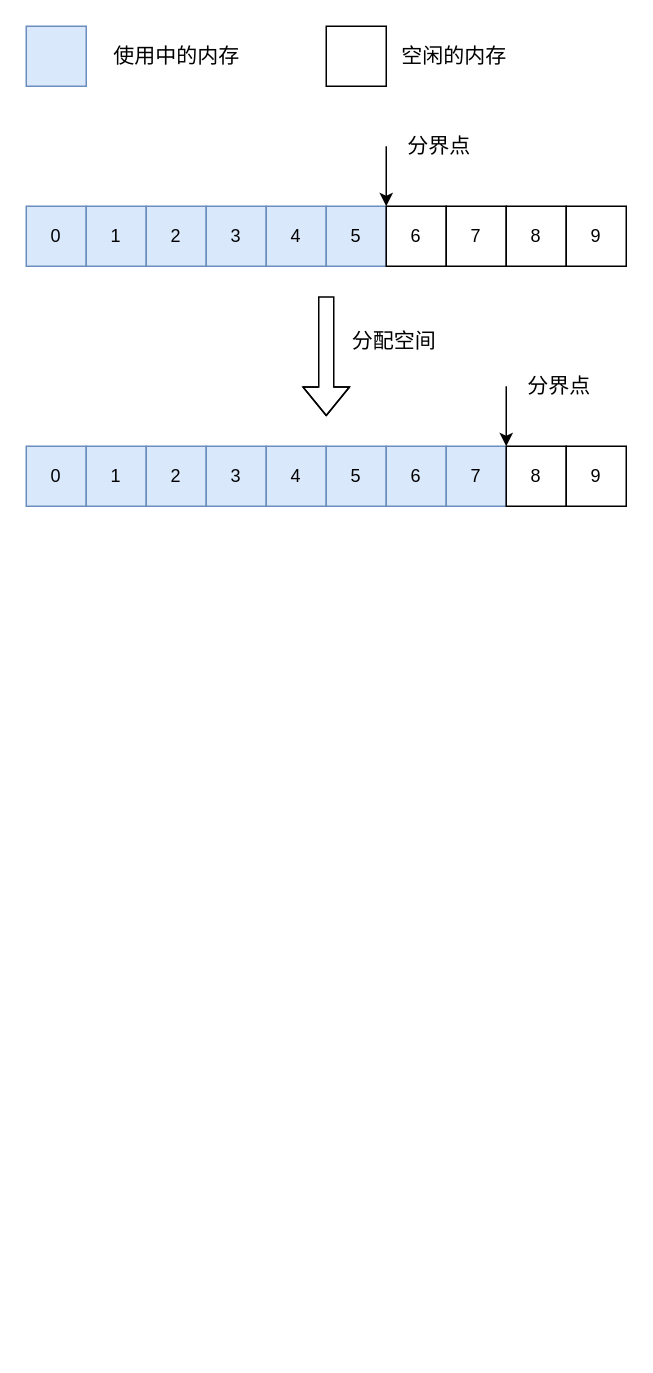
This is 漫谈 对象创建的过程/漫谈 对象创建的过程.drawio from zero-97/picture-of-the-article, a draw.io file, before an edit. Source tidied: cells renumbered, new cells numbered last; positions are measured from the earlier drawing's top-left corner, leaving out a move shared by most shapes. Both pictures are drawn from the tidied source at 150%, with x=0, y=0 at pixel (26, 26).
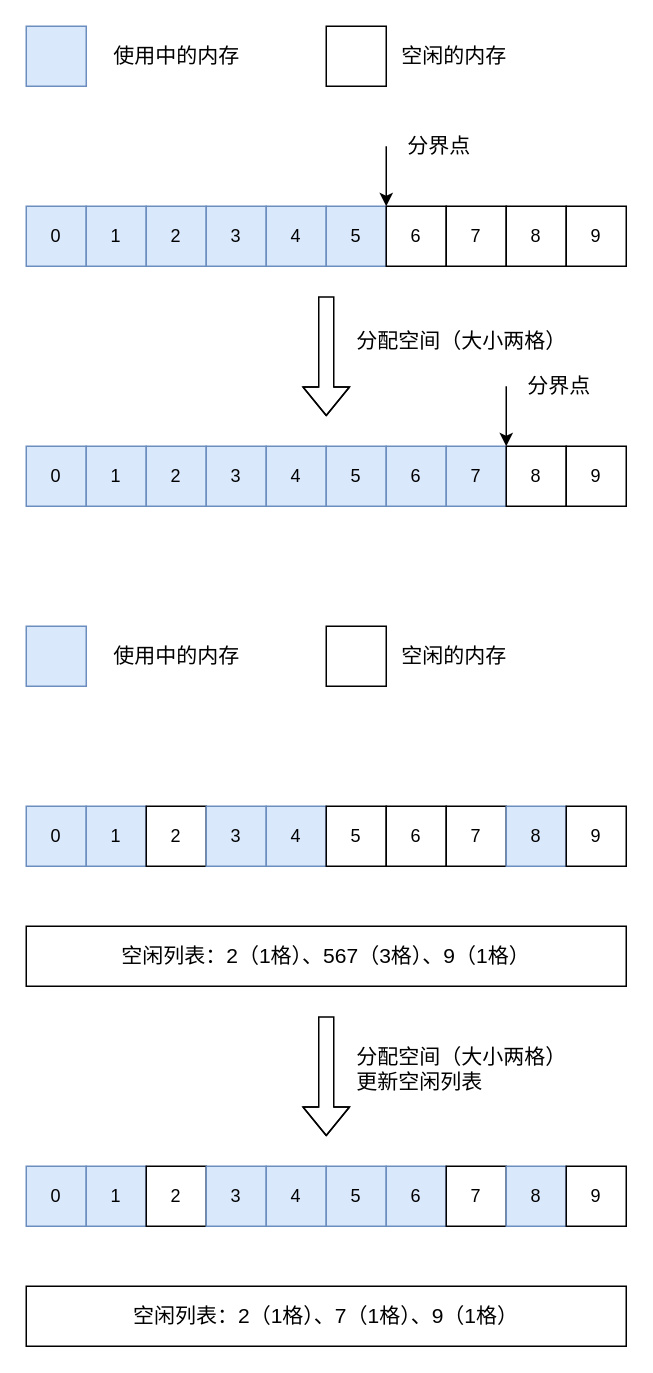
The same diagram, later.

Commit message (it also covers changes not shown here):
Update 漫谈 对象创建的过程.drawio

Change to the diagram source:
```diff
@@
-    <mxCell id="17" value="&lt;span style=&quot;font-size: 14px&quot;&gt;分配空间&lt;/span&gt;" style="text;html=1;align=center;verticalAlign=middle;strokeColor=none;fillColor=none;" parent="1" vertex="1">
-      <mxGeometry x="210" y="200" width="70" height="20" as="geometry" />
+    <mxCell id="17" value="&lt;span style=&quot;font-size: 14px&quot;&gt;分配空间（大小两格）&lt;/span&gt;" style="text;html=1;align=center;verticalAlign=middle;strokeColor=none;fillColor=none;" parent="1" vertex="1">
+      <mxGeometry x="210" y="200" width="160" height="20" as="geometry" />
     </mxCell>
@@
+    <mxCell id="32" value="0" style="whiteSpace=wrap;html=1;fillColor=#dae8fc;strokeColor=#6c8ebf;" parent="1" vertex="1">
+      <mxGeometry y="520" width="40" height="40" as="geometry" />
+    </mxCell>
+    <mxCell id="33" value="1" style="whiteSpace=wrap;html=1;fillColor=#dae8fc;strokeColor=#6c8ebf;" parent="1" vertex="1">
+      <mxGeometry x="40" y="520" width="40" height="40" as="geometry" />
+    </mxCell>
+    <mxCell id="34" value="2" style="whiteSpace=wrap;html=1;" parent="1" vertex="1">
+      <mxGeometry x="80" y="520" width="40" height="40" as="geometry" />
+    </mxCell>
+    <mxCell id="35" value="3" style="whiteSpace=wrap;html=1;fillColor=#dae8fc;strokeColor=#6c8ebf;" parent="1" vertex="1">
+      <mxGeometry x="120" y="520" width="40" height="40" as="geometry" />
+    </mxCell>
+    <mxCell id="36" value="4" style="whiteSpace=wrap;html=1;fillColor=#dae8fc;strokeColor=#6c8ebf;" parent="1" vertex="1">
+      <mxGeometry x="160" y="520" width="40" height="40" as="geometry" />
+    </mxCell>
+    <mxCell id="37" value="5" style="whiteSpace=wrap;html=1;" parent="1" vertex="1">
+      <mxGeometry x="200" y="520" width="40" height="40" as="geometry" />
+    </mxCell>
+    <mxCell id="38" value="6" style="whiteSpace=wrap;html=1;" parent="1" vertex="1">
+      <mxGeometry x="240" y="520" width="40" height="40" as="geometry" />
+    </mxCell>
+    <mxCell id="39" value="7" style="whiteSpace=wrap;html=1;" parent="1" vertex="1">
+      <mxGeometry x="280" y="520" width="40" height="40" as="geometry" />
+    </mxCell>
+    <mxCell id="40" value="8" style="whiteSpace=wrap;html=1;fillColor=#dae8fc;strokeColor=#6c8ebf;" parent="1" vertex="1">
+      <mxGeometry x="320" y="520" width="40" height="40" as="geometry" />
+    </mxCell>
+    <mxCell id="41" value="9" style="whiteSpace=wrap;html=1;" parent="1" vertex="1">
+      <mxGeometry x="360" y="520" width="40" height="40" as="geometry" />
+    </mxCell>
+    <mxCell id="42" style="shape=flexArrow;endArrow=classic;html=1;rounded=0;" parent="1" edge="1">
+      <mxGeometry relative="1" as="geometry">
+        <mxPoint x="200" y="660" as="sourcePoint" />
+        <mxPoint x="200" y="740" as="targetPoint" />
+        <Array as="points">
+          <mxPoint x="200" y="670" />
+        </Array>
+      </mxGeometry>
+    </mxCell>
+    <mxCell id="43" style="whiteSpace=wrap;html=1;fillColor=#dae8fc;strokeColor=#6c8ebf;" parent="1" vertex="1">
+      <mxGeometry y="400" width="40" height="40" as="geometry" />
+    </mxCell>
+    <mxCell id="44" style="whiteSpace=wrap;html=1;" parent="1" vertex="1">
+      <mxGeometry x="200" y="400" width="40" height="40" as="geometry" />
+    </mxCell>
+    <mxCell id="45" value="&lt;font style=&quot;font-size: 14px&quot;&gt;使用中的内存&lt;/font&gt;" style="text;html=1;align=center;verticalAlign=middle;strokeColor=none;fillColor=none;" parent="1" vertex="1">
+      <mxGeometry x="50" y="410" width="100" height="20" as="geometry" />
+    </mxCell>
+    <mxCell id="46" value="&lt;font style=&quot;font-size: 14px&quot;&gt;空闲的内存&lt;/font&gt;" style="text;html=1;align=center;verticalAlign=middle;strokeColor=none;fillColor=none;" parent="1" vertex="1">
+      <mxGeometry x="240" y="410" width="90" height="20" as="geometry" />
+    </mxCell>
+    <mxCell id="47" style="text;html=1;align=center;verticalAlign=middle;strokeColor=none;fillColor=none;" parent="1" vertex="1">
+      <mxGeometry x="235" y="680" width="20" height="20" as="geometry" />
+    </mxCell>
+    <mxCell id="48" value="0" style="whiteSpace=wrap;html=1;fillColor=#dae8fc;strokeColor=#6c8ebf;" parent="1" vertex="1">
+      <mxGeometry y="760" width="40" height="40" as="geometry" />
+    </mxCell>
+    <mxCell id="49" value="1" style="whiteSpace=wrap;html=1;fillColor=#dae8fc;strokeColor=#6c8ebf;" parent="1" vertex="1">
+      <mxGeometry x="40" y="760" width="40" height="40" as="geometry" />
+    </mxCell>
+    <mxCell id="50" value="2" style="whiteSpace=wrap;html=1;" parent="1" vertex="1">
+      <mxGeometry x="80" y="760" width="40" height="40" as="geometry" />
+    </mxCell>
+    <mxCell id="51" value="3" style="whiteSpace=wrap;html=1;fillColor=#dae8fc;strokeColor=#6c8ebf;" parent="1" vertex="1">
+      <mxGeometry x="120" y="760" width="40" height="40" as="geometry" />
+    </mxCell>
+    <mxCell id="52" value="4" style="whiteSpace=wrap;html=1;fillColor=#dae8fc;strokeColor=#6c8ebf;" parent="1" vertex="1">
+      <mxGeometry x="160" y="760" width="40" height="40" as="geometry" />
+    </mxCell>
+    <mxCell id="53" value="5" style="whiteSpace=wrap;html=1;fillColor=#dae8fc;strokeColor=#6c8ebf;" parent="1" vertex="1">
+      <mxGeometry x="200" y="760" width="40" height="40" as="geometry" />
+    </mxCell>
+    <mxCell id="54" value="6" style="whiteSpace=wrap;html=1;fillColor=#dae8fc;strokeColor=#6c8ebf;" parent="1" vertex="1">
+      <mxGeometry x="240" y="760" width="40" height="40" as="geometry" />
+    </mxCell>
+    <mxCell id="55" value="7" style="whiteSpace=wrap;html=1;" parent="1" vertex="1">
+      <mxGeometry x="280" y="760" width="40" height="40" as="geometry" />
+    </mxCell>
+    <mxCell id="56" value="8" style="whiteSpace=wrap;html=1;fillColor=#dae8fc;strokeColor=#6c8ebf;" parent="1" vertex="1">
+      <mxGeometry x="320" y="760" width="40" height="40" as="geometry" />
+    </mxCell>
+    <mxCell id="57" value="9" style="whiteSpace=wrap;html=1;" parent="1" vertex="1">
+      <mxGeometry x="360" y="760" width="40" height="40" as="geometry" />
+    </mxCell>
+    <mxCell id="58" value="&lt;div style=&quot;text-align: left&quot;&gt;&lt;span style=&quot;font-size: 14px&quot;&gt;分配空间（大小两格）&lt;/span&gt;&lt;/div&gt;&lt;span style=&quot;font-size: 14px&quot;&gt;&lt;div style=&quot;text-align: left&quot;&gt;&lt;span&gt;更新空闲列表&lt;/span&gt;&lt;/div&gt;&lt;/span&gt;" style="text;html=1;align=center;verticalAlign=middle;strokeColor=none;fillColor=none;" parent="1" vertex="1">
+      <mxGeometry x="210" y="680" width="160" height="30" as="geometry" />
+    </mxCell>
+    <mxCell id="59" value="空闲列表：2（1格）、567（3格）、9（1格）" style="rounded=0;whiteSpace=wrap;html=1;fontSize=14;" parent="1" vertex="1">
+      <mxGeometry y="600" width="400" height="40" as="geometry" />
+    </mxCell>
+    <mxCell id="60" value="空闲列表：2（1格）、7（1格）、9（1格）" style="rounded=0;whiteSpace=wrap;html=1;fontSize=14;" parent="1" vertex="1">
+      <mxGeometry y="840" width="400" height="40" as="geometry" />
+    </mxCell>
```
